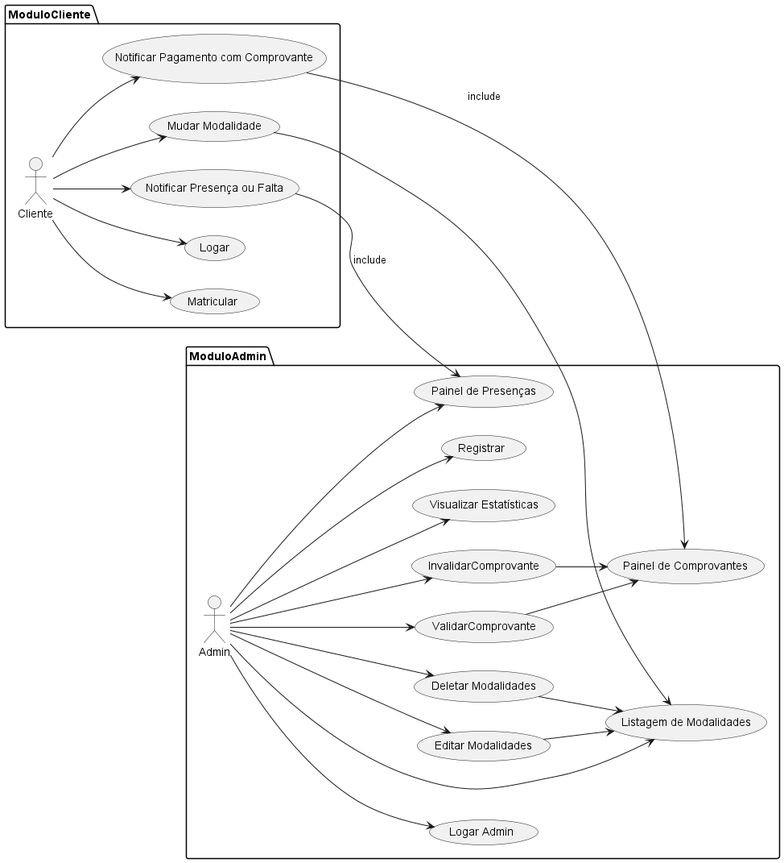
Above: out/uml/useCase/Casos de Uso.png in thlanza/PlantUML (PlantUML), before the change.
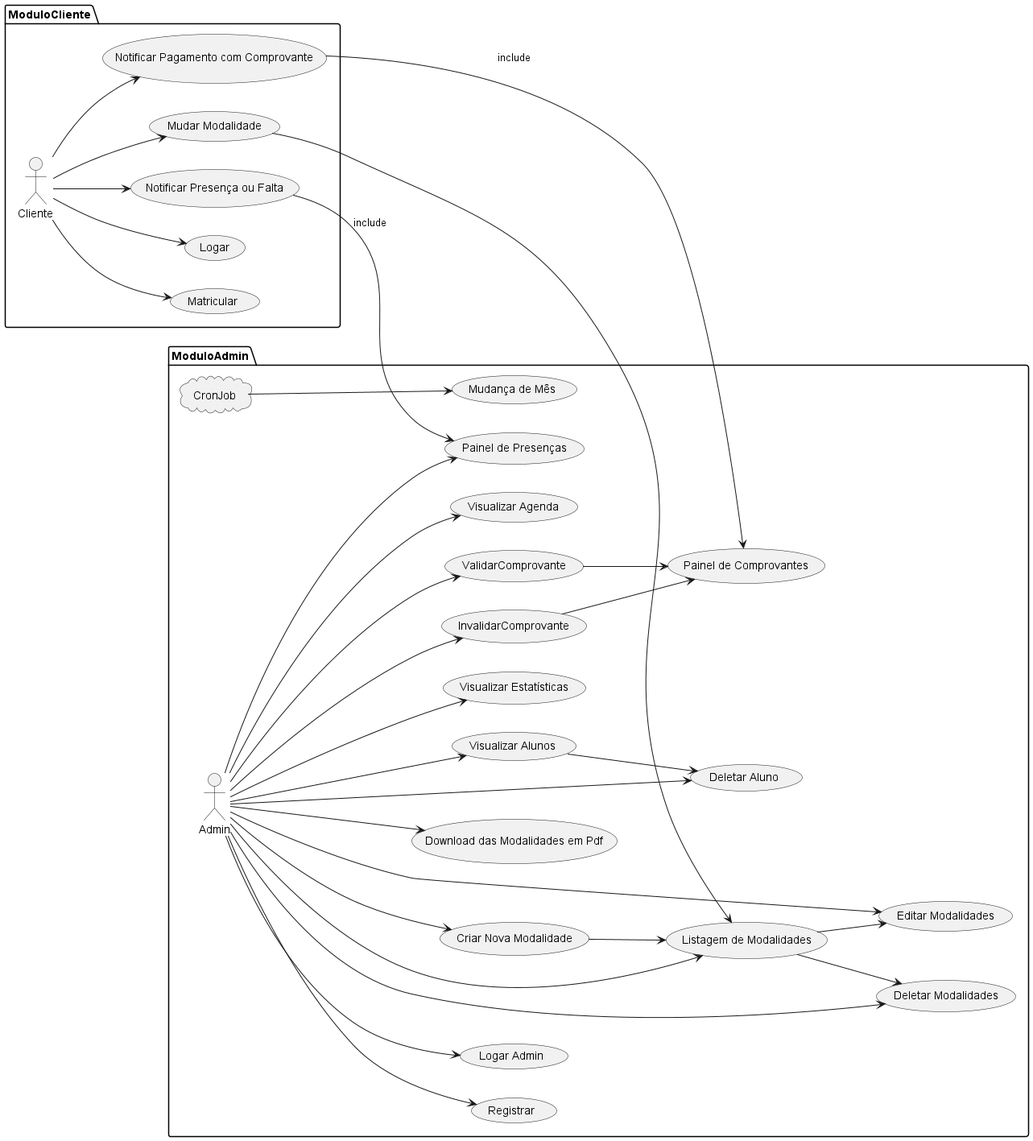
After the change.

Commit message:
últimas mudanças no usecase

What changed in the source:
```diff
@@ -11,18 +11,26 @@
   usecase "Notificar Pagamento com Comprovante" as NotificarPagamento
 }
 package ModuloAdmin as ma {
+  cloud CronJob as cron
   actor Admin as ad
+  usecase "Mudança de Mês" as MudancaMes
   usecase "Registrar" as Registrar
   usecase "Logar Admin" as LogarAdmin
   usecase "Painel de Presenças" as PainelPresencas
   usecase "Painel de Comprovantes" as PainelComprovantes
   usecase "ValidarComprovante" as ValidarComprovante
   usecase "InvalidarComprovante" as InvalidarComprovante
+  usecase "Criar Nova Modalidade" as CriarModalidade
   usecase "Listagem de Modalidades" as ListagemModalidades
+  usecase "Download das Modalidades em Pdf" as DownloadModalidades
   usecase "Editar Modalidades" as EditarModalidades
   usecase "Deletar Modalidades" as DeletarModalidades
   usecase "Visualizar Estatísticas" as VisualizarEstatisticas
+  usecase "Visualizar Alunos" as VisualizarAlunos
+  usecase "Deletar Aluno" as DeletarAluno
+  usecase "Visualizar Agenda" as VisualizarAgenda
 }
+cron --> MudancaMes
 cl --> Matricular
 cl --> Logar
 cl --> MudarModalidade
@@ -32,8 +40,15 @@
 ad --> VisualizarEstatisticas
 ad --> LogarAdmin
 ad --> Registrar
-DeletarModalidades --> ListagemModalidades
-EditarModalidades --> ListagemModalidades
+ad --> CriarModalidade
+ad --> DownloadModalidades
+ad --> VisualizarAlunos
+ad --> VisualizarAgenda
+VisualizarAlunos --> DeletarAluno
+ad --> DeletarAluno
+CriarModalidade --> ListagemModalidades
+ListagemModalidades --> DeletarModalidades
+ListagemModalidades --> EditarModalidades
 MudarModalidade --> ListagemModalidades
 cl --> NotificarPresenca
 NotificarPresenca --> PainelPresencas : include
```
